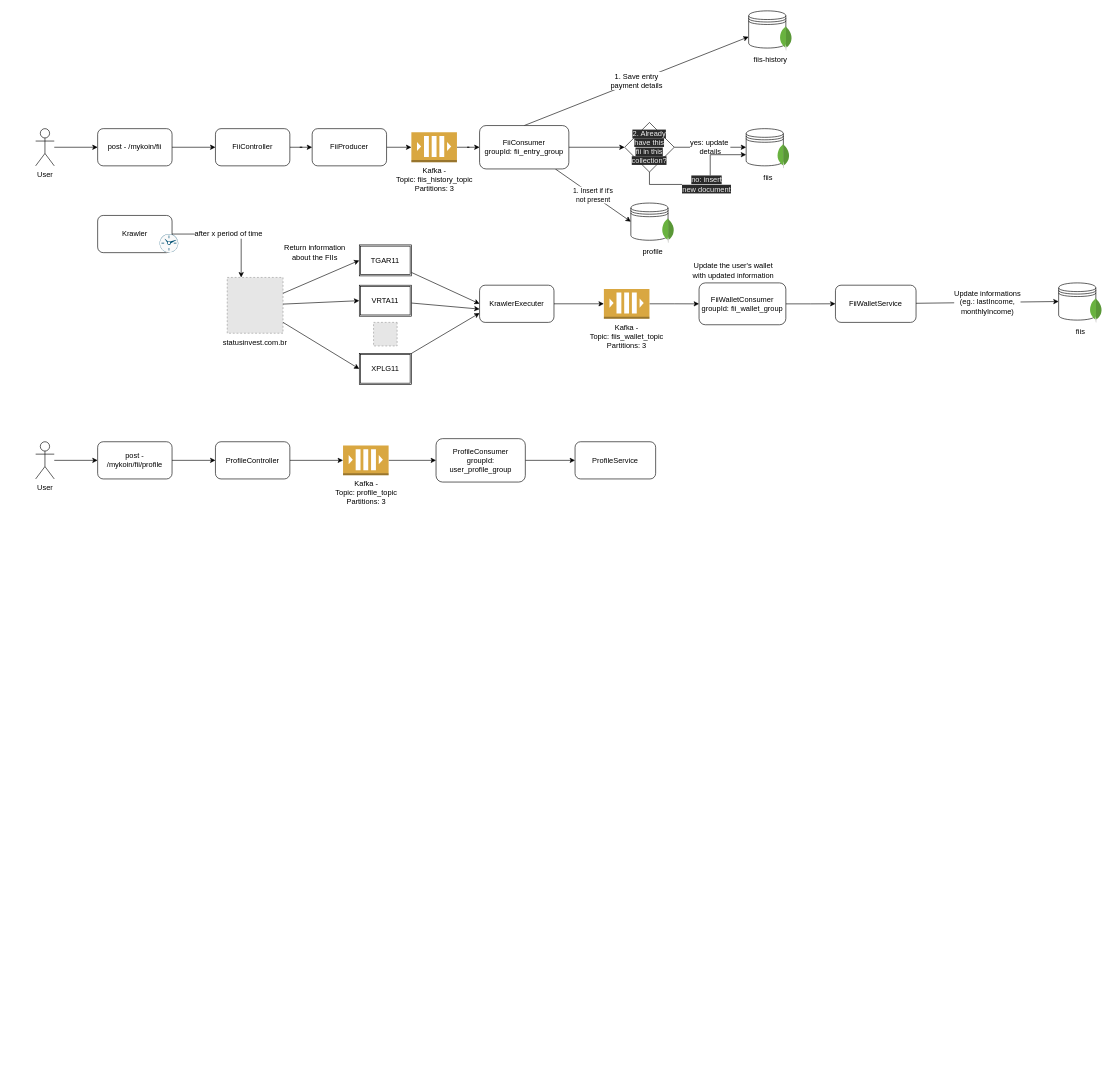
The draw.io diagram page "FII-endpoints" (2 of 3) of my-koin.drawio in Ebrunassi/my-koin, before the edit. Source tidied: cells renumbered, new cells numbered last; positions are measured from the earlier drawing's top-left corner, leaving out a move shared by most shapes. Both pictures are drawn from the tidied source at 62%, with x=0, y=0 at pixel (35, 11). Pictures stored in the file or linked from it are replaced by grey dashed boxes.
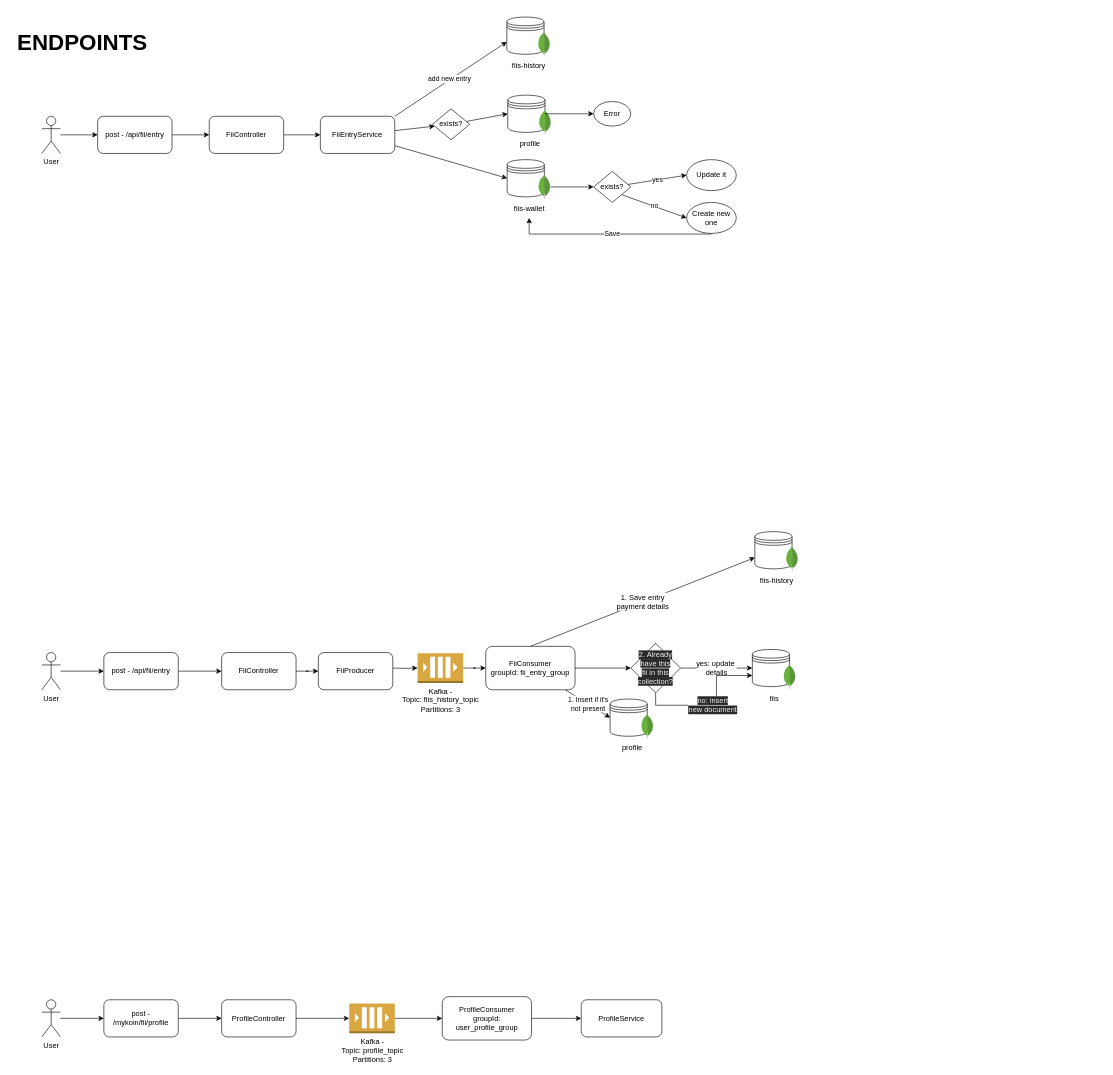
The same page after the edit.

Diff of the diagram source:
```diff
@@
     <mxCell id="3" value="User" style="shape=umlActor;verticalLabelPosition=bottom;verticalAlign=top;html=1;outlineConnect=0;" parent="1" vertex="1">
-      <mxGeometry y="190" width="30" height="60" as="geometry" />
+      <mxGeometry x="10" y="1035" width="30" height="60" as="geometry" />
     </mxCell>
@@
-    <mxCell id="5" value="post - /mykoin/fii" style="rounded=1;whiteSpace=wrap;html=1;" parent="1" vertex="1">
-      <mxGeometry x="100" y="190" width="120" height="60" as="geometry" />
+    <mxCell id="5" value="post - /api/fii/entry" style="rounded=1;whiteSpace=wrap;html=1;" parent="1" vertex="1">
+      <mxGeometry x="110" y="1035" width="120" height="60" as="geometry" />
     </mxCell>
@@
     <mxCell id="7" value="Kafka - &lt;br&gt;Topic: fiis_history_topic&lt;br&gt;Partitions: 3" style="outlineConnect=0;dashed=0;verticalLabelPosition=bottom;verticalAlign=top;align=center;html=1;shape=mxgraph.aws3.queue;fillColor=#D9A741;gradientColor=none;" parent="1" vertex="1">
-      <mxGeometry x="606" y="196" width="73.5" height="48" as="geometry" />
+      <mxGeometry x="616" y="1036" width="73.5" height="48" as="geometry" />
     </mxCell>
@@
     <mxCell id="9" value="FiiController" style="rounded=1;whiteSpace=wrap;html=1;" parent="1" vertex="1">
-      <mxGeometry x="290" y="190" width="120" height="60" as="geometry" />
+      <mxGeometry x="300" y="1035" width="120" height="60" as="geometry" />
     </mxCell>
-    <mxCell id="10" style="edgeStyle=orthogonalEdgeStyle;rounded=0;jettySize=auto;html=1;entryX=0;entryY=0.5;entryDx=0;entryDy=0;entryPerimeter=0;" parent="1" edge="1" source="11" target="7">
-      <mxGeometry relative="1" as="geometry" />
+    <mxCell id="10" style="edgeStyle=orthogonalEdgeStyle;rounded=0;jettySize=auto;html=1;entryX=0;entryY=0.5;entryDx=0;entryDy=0;entryPerimeter=0;" parent="1" edge="1" target="7">
+      <mxGeometry relative="1" as="geometry">
+        <mxPoint x="576" y="1060" as="sourcePoint" />
+      </mxGeometry>
     </mxCell>
     <mxCell id="11" value="FiiProducer" style="rounded=1;whiteSpace=wrap;html=1;" parent="1" vertex="1">
-      <mxGeometry x="446" y="190" width="120" height="60" as="geometry" />
+      <mxGeometry x="456" y="1035" width="120" height="60" as="geometry" />
     </mxCell>
@@
     <mxCell id="15" value="FiiConsumer&lt;br&gt;groupId: fii_entry_group" style="rounded=1;whiteSpace=wrap;html=1;" parent="1" vertex="1">
-      <mxGeometry x="716" y="185" width="144" height="70" as="geometry" />
+      <mxGeometry x="726" y="1025" width="144" height="70" as="geometry" />
     </mxCell>
     <mxCell id="16" style="group;" parent="1" vertex="1">
-      <mxGeometry x="1150" width="75" height="94" as="geometry" />
+      <mxGeometry x="1160" y="840" width="75" height="94" as="geometry" />
     </mxCell>
@@
     <mxCell id="21" style="group;" parent="1" vertex="1">
-      <mxGeometry x="1146" y="190" width="70" height="94" as="geometry" />
+      <mxGeometry x="1156" y="1030" width="70" height="94" as="geometry" />
     </mxCell>
@@
     <mxCell id="28" value="&lt;span style=&quot;color: rgb(240, 240, 240); font-family: Helvetica; font-size: 12px; font-style: normal; font-variant-ligatures: normal; font-variant-caps: normal; font-weight: 400; letter-spacing: normal; orphans: 2; text-align: center; text-indent: 0px; text-transform: none; widows: 2; word-spacing: 0px; -webkit-text-stroke-width: 0px; background-color: rgb(42, 42, 42); text-decoration-thickness: initial; text-decoration-style: initial; text-decoration-color: initial; float: none; display: inline !important;&quot;&gt;2. Already have this&lt;/span&gt;&lt;br style=&quot;color: rgb(240, 240, 240); font-family: Helvetica; font-size: 12px; font-style: normal; font-variant-ligatures: normal; font-variant-caps: normal; font-weight: 400; letter-spacing: normal; orphans: 2; text-align: center; text-indent: 0px; text-transform: none; widows: 2; word-spacing: 0px; -webkit-text-stroke-width: 0px; text-decoration-thickness: initial; text-decoration-style: initial; text-decoration-color: initial;&quot;&gt;&lt;span style=&quot;color: rgb(240, 240, 240); font-family: Helvetica; font-size: 12px; font-style: normal; font-variant-ligatures: normal; font-variant-caps: normal; font-weight: 400; letter-spacing: normal; orphans: 2; text-align: center; text-indent: 0px; text-transform: none; widows: 2; word-spacing: 0px; -webkit-text-stroke-width: 0px; background-color: rgb(42, 42, 42); text-decoration-thickness: initial; text-decoration-style: initial; text-decoration-color: initial; float: none; display: inline !important;&quot;&gt;fii in this collection?&lt;/span&gt;" style="rhombus;whiteSpace=wrap;html=1;fontSize=12;" parent="1" vertex="1">
-      <mxGeometry x="950" y="180" width="80" height="80" as="geometry" />
+      <mxGeometry x="960" y="1020" width="80" height="80" as="geometry" />
     </mxCell>
-    <mxCell id="29" style="group;" parent="1" vertex="1">
-      <mxGeometry x="100" y="330" width="130" height="60" as="geometry" />
-    </mxCell>
-    <mxCell id="30" style="group;" parent="29" vertex="1">
-      <mxGeometry width="130" height="60" as="geometry" />
-    </mxCell>
-    <mxCell id="31" style="rounded=1;whiteSpace=wrap;html=1;fontSize=12;" parent="30" vertex="1">
-      <mxGeometry width="120" height="60" as="geometry" />
-    </mxCell>
-    <mxCell id="32" style="sketch=0;verticalLabelPosition=bottom;html=1;verticalAlign=top;align=center;shape=mxgraph.cisco19.rect;prIcon=clock;fillColor=#FAFAFA;strokeColor=#005073;fontSize=12;" parent="30" vertex="1">
-      <mxGeometry x="100" y="30" width="30" height="30" as="geometry" />
-    </mxCell>
-    <mxCell id="33" value="Krawler" style="text;html=1;strokeColor=none;fillColor=none;align=center;verticalAlign=middle;whiteSpace=wrap;rounded=0;fontSize=12;" parent="30" vertex="1">
-      <mxGeometry x="30" y="15" width="60" height="30" as="geometry" />
-    </mxCell>
-    <mxCell id="34" style="group;" parent="1" vertex="1">
-      <mxGeometry x="309" y="430" width="90" height="120" as="geometry" />
-    </mxCell>
-    <mxCell id="35" style="fillColor=#E6E6E6;strokeColor=#999999;dashed=1;html=1;verticalAlign=top;verticalLabelPosition=bottom;labelBackgroundColor=#ffffff;fontSize=12;" parent="34" vertex="1">
-      <mxGeometry width="90" height="90" as="geometry" />
-    </mxCell>
-    <mxCell id="36" value="statusinvest.com.br" style="text;html=1;strokeColor=none;fillColor=none;align=center;verticalAlign=middle;whiteSpace=wrap;rounded=0;fontSize=12;" parent="34" vertex="1">
-      <mxGeometry x="15" y="90" width="60" height="30" as="geometry" />
-    </mxCell>
-    <mxCell id="37" value="after x period of time" style="edgeStyle=orthogonalEdgeStyle;rounded=0;jettySize=auto;html=1;entryX=0.25;entryY=0;entryDx=0;entryDy=0;fontSize=12;" parent="1" edge="1" source="31" target="35">
-      <mxGeometry relative="1" as="geometry" />
-    </mxCell>
-    <mxCell id="38" style="edgeStyle=none;rounded=0;jettySize=auto;html=1;fontSize=12;entryX=0;entryY=0.642;entryDx=0;entryDy=0;entryPerimeter=0;" parent="1" edge="1" source="39" target="49">
-      <mxGeometry relative="1" as="geometry" />
-    </mxCell>
-    <mxCell id="39" value="VRTA11" style="shape=ext;double=1;rounded=0;whiteSpace=wrap;html=1;fontSize=12;" parent="1" vertex="1">
-      <mxGeometry x="522" y="442.5" width="84" height="50" as="geometry" />
-    </mxCell>
-    <mxCell id="40" style="edgeStyle=none;rounded=0;jettySize=auto;html=1;entryX=0;entryY=0.5;entryDx=0;entryDy=0;fontSize=12;" parent="1" edge="1" source="41" target="49">
-      <mxGeometry relative="1" as="geometry" />
-    </mxCell>
-    <mxCell id="41" value="TGAR11" style="shape=ext;double=1;rounded=0;whiteSpace=wrap;html=1;fontSize=12;" parent="1" vertex="1">
-      <mxGeometry x="522" y="377.5" width="84" height="50" as="geometry" />
-    </mxCell>
-    <mxCell id="42" style="fillColor=#E6E6E6;strokeColor=#999999;dashed=1;html=1;verticalAlign=top;verticalLabelPosition=bottom;labelBackgroundColor=#ffffff;fontSize=12;rotation=90;" parent="1" vertex="1">
-      <mxGeometry x="545" y="502.5" width="38" height="38" as="geometry" />
-    </mxCell>
-    <mxCell id="43" style="edgeStyle=none;rounded=0;jettySize=auto;html=1;entryX=0;entryY=0.75;entryDx=0;entryDy=0;fontSize=12;" parent="1" edge="1" source="44" target="49">
-      <mxGeometry relative="1" as="geometry" />
-    </mxCell>
-    <mxCell id="44" value="XPLG11" style="shape=ext;double=1;rounded=0;whiteSpace=wrap;html=1;fontSize=12;" parent="1" vertex="1">
-      <mxGeometry x="522" y="552.5" width="84" height="50" as="geometry" />
-    </mxCell>
-    <mxCell id="45" value="Return information&lt;br&gt;about the FIIs" style="rounded=0;jettySize=auto;html=1;entryX=0;entryY=0.5;entryDx=0;entryDy=0;fontSize=12;" parent="1" edge="1" source="35" target="41">
-      <mxGeometry x="0.09" y="40" relative="1" as="geometry" />
-    </mxCell>
-    <mxCell id="46" style="edgeStyle=none;rounded=0;jettySize=auto;html=1;entryX=0;entryY=0.5;entryDx=0;entryDy=0;fontSize=12;" parent="1" edge="1" source="35" target="39">
-      <mxGeometry relative="1" as="geometry" />
-    </mxCell>
-    <mxCell id="47" style="edgeStyle=none;rounded=0;jettySize=auto;html=1;entryX=0;entryY=0.5;entryDx=0;entryDy=0;fontSize=12;" parent="1" edge="1" source="35" target="44">
-      <mxGeometry relative="1" as="geometry" />
-    </mxCell>
-    <mxCell id="48" style="edgeStyle=orthogonalEdgeStyle;rounded=0;jettySize=auto;html=1;entryX=0;entryY=0.5;entryDx=0;entryDy=0;entryPerimeter=0;" parent="1" edge="1" source="49" target="58">
-      <mxGeometry relative="1" as="geometry" />
-    </mxCell>
-    <mxCell id="49" value="KrawlerExecuter" style="rounded=1;whiteSpace=wrap;html=1;" parent="1" vertex="1">
-      <mxGeometry x="716" y="442.5" width="120" height="60" as="geometry" />
-    </mxCell>
-    <mxCell id="50" value="Update informations&lt;br&gt;(eg.: lastIncome,&lt;br&gt;monthlyIncome)" style="edgeStyle=none;rounded=0;jettySize=auto;html=1;entryX=0;entryY=0.5;entryDx=0;entryDy=0;fontSize=12;" parent="1" edge="1" source="51" target="54">
-      <mxGeometry relative="1" as="geometry" />
-    </mxCell>
-    <mxCell id="51" value="FiiWalletService" style="rounded=1;whiteSpace=wrap;html=1;" parent="1" vertex="1">
-      <mxGeometry x="1290" y="442.5" width="130" height="60" as="geometry" />
-    </mxCell>
-    <mxCell id="52" style="group;" parent="1" vertex="1">
-      <mxGeometry x="1650" y="438.8" width="70" height="94" as="geometry" />
-    </mxCell>
-    <mxCell id="53" style="group;" parent="52" vertex="1">
-      <mxGeometry width="70" height="64" as="geometry" />
-    </mxCell>
-    <mxCell id="54" style="shape=datastore;whiteSpace=wrap;html=1;" parent="53" vertex="1">
-      <mxGeometry width="60" height="60" as="geometry" />
-    </mxCell>
-    <mxCell id="55" style="dashed=0;html=1;align=center;labelPosition=center;verticalLabelPosition=bottom;verticalAlign=top;shape=mxgraph.weblogos.mongodb;" parent="53" vertex="1">
-      <mxGeometry x="50" y="24" width="20" height="40" as="geometry" />
-    </mxCell>
-    <mxCell id="56" value="fiis" style="text;html=1;align=center;verticalAlign=middle;strokeColor=none;fillColor=none;" parent="52" vertex="1">
-      <mxGeometry x="15" y="64" width="40" height="30" as="geometry" />
-    </mxCell>
-    <mxCell id="57" style="edgeStyle=orthogonalEdgeStyle;rounded=0;jettySize=auto;html=1;" parent="1" edge="1" source="58" target="60">
-      <mxGeometry relative="1" as="geometry" />
-    </mxCell>
-    <mxCell id="58" value="Kafka - &lt;br&gt;Topic: fiis_wallet_topic&lt;br&gt;Partitions: 3" style="outlineConnect=0;dashed=0;verticalLabelPosition=bottom;verticalAlign=top;align=center;html=1;shape=mxgraph.aws3.queue;fillColor=#D9A741;gradientColor=none;" parent="1" vertex="1">
-      <mxGeometry x="916.5" y="448.5" width="73.5" height="48" as="geometry" />
-    </mxCell>
-    <mxCell id="59" style="edgeStyle=orthogonalEdgeStyle;rounded=0;jettySize=auto;html=1;" parent="1" edge="1" source="60" target="51">
-      <mxGeometry relative="1" as="geometry" />
-    </mxCell>
-    <mxCell id="60" value="FiiWalletConsumer&lt;br&gt;groupId: fii_wallet_group" style="rounded=1;whiteSpace=wrap;html=1;" parent="1" vertex="1">
-      <mxGeometry x="1070" y="438.8" width="140" height="67.5" as="geometry" />
-    </mxCell>
-    <mxCell id="61" value="Update the user's wallet&lt;br&gt;with updated information" style="text;html=1;align=center;verticalAlign=middle;strokeColor=none;fillColor=none;" parent="1" vertex="1">
-      <mxGeometry x="1050" y="398.8" width="150" height="40" as="geometry" />
-    </mxCell>
     <mxCell id="62" style="group;" parent="1" vertex="1">
-      <mxGeometry x="960" y="310" width="70" height="94" as="geometry" />
+      <mxGeometry x="926.5" y="1110" width="70" height="94" as="geometry" />
     </mxCell>
@@
     <mxCell id="68" value="User" style="shape=umlActor;verticalLabelPosition=bottom;verticalAlign=top;html=1;outlineConnect=0;" parent="1" vertex="1">
-      <mxGeometry y="695" width="30" height="60" as="geometry" />
+      <mxGeometry x="10" y="1595" width="30" height="60" as="geometry" />
     </mxCell>
@@
     <mxCell id="70" value="post - /mykoin/fii/profile" style="rounded=1;whiteSpace=wrap;html=1;" parent="1" vertex="1">
-      <mxGeometry x="100" y="695" width="120" height="60" as="geometry" />
+      <mxGeometry x="110" y="1595" width="120" height="60" as="geometry" />
     </mxCell>
@@
     <mxCell id="72" value="Kafka - &lt;br&gt;Topic: profile_topic&lt;br&gt;Partitions: 3" style="outlineConnect=0;dashed=0;verticalLabelPosition=bottom;verticalAlign=top;align=center;html=1;shape=mxgraph.aws3.queue;fillColor=#D9A741;gradientColor=none;" parent="1" vertex="1">
-      <mxGeometry x="495.8" y="701" width="73.5" height="48" as="geometry" />
+      <mxGeometry x="505.8" y="1601" width="73.5" height="48" as="geometry" />
     </mxCell>
@@
     <mxCell id="74" value="ProfileController" style="rounded=1;whiteSpace=wrap;html=1;" parent="1" vertex="1">
-      <mxGeometry x="290" y="695" width="120" height="60" as="geometry" />
+      <mxGeometry x="300" y="1595" width="120" height="60" as="geometry" />
     </mxCell>
@@
     <mxCell id="76" value="ProfileConsumer&lt;br&gt;groupId: user_profile_group" style="rounded=1;whiteSpace=wrap;html=1;" parent="1" vertex="1">
-      <mxGeometry x="645.8" y="690" width="144" height="70" as="geometry" />
+      <mxGeometry x="655.8" y="1590" width="144" height="70" as="geometry" />
     </mxCell>
     <mxCell id="77" value="ProfileService" style="rounded=1;whiteSpace=wrap;html=1;" parent="1" vertex="1">
-      <mxGeometry x="870" y="695" width="130" height="60" as="geometry" />
+      <mxGeometry x="880" y="1595" width="130" height="60" as="geometry" />
     </mxCell>
+    <mxCell id="78" style="edgeStyle=orthogonalEdgeStyle;rounded=0;jettySize=auto;html=1;entryX=0;entryY=0.5;entryDx=0;entryDy=0;" parent="1" edge="1" source="79" target="81">
+      <mxGeometry relative="1" as="geometry" />
+    </mxCell>
+    <mxCell id="79" value="User" style="shape=umlActor;verticalLabelPosition=bottom;verticalAlign=top;html=1;outlineConnect=0;" parent="1" vertex="1">
+      <mxGeometry x="10" y="170" width="30" height="60" as="geometry" />
+    </mxCell>
+    <mxCell id="80" style="edgeStyle=orthogonalEdgeStyle;rounded=0;jettySize=auto;html=1;" parent="1" edge="1" source="81" target="83">
+      <mxGeometry relative="1" as="geometry" />
+    </mxCell>
+    <mxCell id="81" value="post - /api/fii/entry" style="rounded=1;whiteSpace=wrap;html=1;" parent="1" vertex="1">
+      <mxGeometry x="100" y="170" width="120" height="60" as="geometry" />
+    </mxCell>
+    <mxCell id="82" style="edgeStyle=orthogonalEdgeStyle;rounded=0;jettySize=auto;html=1;entryX=0;entryY=0.5;entryDx=0;entryDy=0;" parent="1" edge="1" source="83" target="87">
+      <mxGeometry relative="1" as="geometry" />
+    </mxCell>
+    <mxCell id="83" value="FiiController" style="rounded=1;whiteSpace=wrap;html=1;" parent="1" vertex="1">
+      <mxGeometry x="280" y="170" width="120" height="60" as="geometry" />
+    </mxCell>
+    <mxCell id="84" style="rounded=0;jettySize=auto;html=1;" parent="1" edge="1" source="87" target="94">
+      <mxGeometry relative="1" as="geometry" />
+    </mxCell>
+    <mxCell id="85" style="rounded=0;jettySize=auto;html=1;entryX=0;entryY=0.5;entryDx=0;entryDy=0;" parent="1" edge="1" source="87" target="97">
+      <mxGeometry relative="1" as="geometry" />
+    </mxCell>
+    <mxCell id="86" value="add new entry&amp;nbsp;" style="edgeStyle=none;shape=connector;rounded=0;jettySize=auto;html=1;exitX=1;exitY=0;exitDx=0;exitDy=0;labelBackgroundColor=default;strokeColor=default;fontFamily=Helvetica;fontSize=11;fontColor=default;endArrow=classic;" parent="1" edge="1" source="87">
+      <mxGeometry relative="1" as="geometry">
+        <mxPoint x="760" y="50" as="targetPoint" />
+      </mxGeometry>
+    </mxCell>
+    <mxCell id="87" value="FiiEntryService" style="rounded=1;whiteSpace=wrap;html=1;" parent="1" vertex="1">
+      <mxGeometry x="459.2" y="170" width="120" height="60" as="geometry" />
+    </mxCell>
+    <mxCell id="88" style="group;" parent="1" vertex="1">
+      <mxGeometry x="761.5" y="136" width="75" height="94" as="geometry" />
+    </mxCell>
+    <mxCell id="89" style="group;" parent="88" vertex="1">
+      <mxGeometry width="70" height="64" as="geometry" />
+    </mxCell>
+    <mxCell id="90" style="shape=datastore;whiteSpace=wrap;html=1;" parent="89" vertex="1">
+      <mxGeometry width="60" height="60" as="geometry" />
+    </mxCell>
+    <mxCell id="91" style="dashed=0;html=1;align=center;labelPosition=center;verticalLabelPosition=bottom;verticalAlign=top;shape=mxgraph.weblogos.mongodb;" parent="89" vertex="1">
+      <mxGeometry x="50" y="24" width="20" height="40" as="geometry" />
+    </mxCell>
+    <mxCell id="92" value="profile" style="text;html=1;align=center;verticalAlign=middle;strokeColor=none;fillColor=none;" parent="88" vertex="1">
+      <mxGeometry x="5" y="64" width="60" height="30" as="geometry" />
+    </mxCell>
+    <mxCell id="93" style="rounded=0;jettySize=auto;html=1;entryX=0;entryY=0.5;entryDx=0;entryDy=0;" parent="1" edge="1" source="94" target="90">
+      <mxGeometry relative="1" as="geometry" />
+    </mxCell>
+    <mxCell id="94" value="exists?" style="rhombus;whiteSpace=wrap;html=1;" parent="1" vertex="1">
+      <mxGeometry x="640" y="158" width="60" height="50" as="geometry" />
+    </mxCell>
+    <mxCell id="95" style="group;" parent="1" vertex="1">
+      <mxGeometry x="760.5" y="240" width="70" height="94" as="geometry" />
+    </mxCell>
+    <mxCell id="96" style="group;" parent="95" vertex="1">
+      <mxGeometry width="70" height="64" as="geometry" />
+    </mxCell>
+    <mxCell id="97" style="shape=datastore;whiteSpace=wrap;html=1;" parent="96" vertex="1">
+      <mxGeometry width="60" height="60" as="geometry" />
+    </mxCell>
+    <mxCell id="98" style="dashed=0;outlineConnect=0;html=1;align=center;labelPosition=center;verticalLabelPosition=bottom;verticalAlign=top;shape=mxgraph.weblogos.mongodb;" parent="96" vertex="1">
+      <mxGeometry x="50" y="24" width="20" height="40" as="geometry" />
+    </mxCell>
+    <mxCell id="99" value="fiis-wallet" style="text;html=1;align=center;verticalAlign=middle;points=[];strokeColor=none;fillColor=none;" parent="95" vertex="1">
+      <mxGeometry y="64" width="70" height="30" as="geometry" />
+    </mxCell>
+    <mxCell id="100" value="yes" style="rounded=0;jettySize=auto;html=1;entryX=0;entryY=0.5;entryDx=0;entryDy=0;" parent="1" edge="1" source="102" target="106">
+      <mxGeometry relative="1" as="geometry" />
+    </mxCell>
+    <mxCell id="101" value="no" style="edgeStyle=none;shape=connector;rounded=0;jettySize=auto;html=1;exitX=1;exitY=1;exitDx=0;exitDy=0;entryX=0;entryY=0.5;entryDx=0;entryDy=0;labelBackgroundColor=default;strokeColor=default;fontFamily=Helvetica;fontSize=11;fontColor=default;endArrow=classic;" parent="1" edge="1" source="102" target="108">
+      <mxGeometry relative="1" as="geometry" />
+    </mxCell>
+    <mxCell id="102" value="exists?" style="rhombus;whiteSpace=wrap;html=1;" parent="1" vertex="1">
+      <mxGeometry x="900" y="259" width="60" height="50" as="geometry" />
+    </mxCell>
+    <mxCell id="103" style="edgeStyle=orthogonalEdgeStyle;rounded=0;jettySize=auto;html=1;entryX=0;entryY=0.5;entryDx=0;entryDy=0;" parent="1" edge="1" source="98" target="102">
+      <mxGeometry relative="1" as="geometry" />
+    </mxCell>
+    <mxCell id="104" value="Error" style="ellipse;whiteSpace=wrap;html=1;" parent="1" vertex="1">
+      <mxGeometry x="900" y="146" width="60" height="40" as="geometry" />
+    </mxCell>
+    <mxCell id="105" style="rounded=0;jettySize=auto;html=1;entryX=0;entryY=0.5;entryDx=0;entryDy=0;" parent="1" edge="1" source="90" target="104">
+      <mxGeometry relative="1" as="geometry" />
+    </mxCell>
+    <mxCell id="106" value="Update it" style="ellipse;whiteSpace=wrap;html=1;" parent="1" vertex="1">
+      <mxGeometry x="1050" y="240" width="80" height="50" as="geometry" />
+    </mxCell>
+    <mxCell id="107" value="Save" style="edgeStyle=orthogonalEdgeStyle;shape=connector;rounded=0;jettySize=auto;html=1;labelBackgroundColor=default;strokeColor=default;fontFamily=Helvetica;fontSize=11;fontColor=default;endArrow=classic;" parent="1" edge="1" source="108" target="99">
+      <mxGeometry relative="1" as="geometry">
+        <Array as="points">
+          <mxPoint x="1090" y="360" />
+          <mxPoint x="796" y="360" />
+        </Array>
+      </mxGeometry>
+    </mxCell>
+    <mxCell id="108" value="Create new one" style="ellipse;whiteSpace=wrap;html=1;" parent="1" vertex="1">
+      <mxGeometry x="1050" y="309" width="80" height="50" as="geometry" />
+    </mxCell>
+    <mxCell id="109" style="group;" parent="1" vertex="1">
+      <mxGeometry x="760" y="10" width="75" height="94" as="geometry" />
+    </mxCell>
+    <mxCell id="110" style="group;" parent="109" vertex="1">
+      <mxGeometry width="70" height="64" as="geometry" />
+    </mxCell>
+    <mxCell id="111" style="shape=datastore;whiteSpace=wrap;html=1;" parent="110" vertex="1">
+      <mxGeometry width="60" height="60" as="geometry" />
+    </mxCell>
+    <mxCell id="112" style="dashed=0;html=1;align=center;labelPosition=center;verticalLabelPosition=bottom;verticalAlign=top;shape=mxgraph.weblogos.mongodb;" parent="110" vertex="1">
+      <mxGeometry x="50" y="24" width="20" height="40" as="geometry" />
+    </mxCell>
+    <mxCell id="113" value="fiis-history" style="text;html=1;align=center;verticalAlign=middle;strokeColor=none;fillColor=none;" parent="109" vertex="1">
+      <mxGeometry x="-5" y="64" width="80" height="30" as="geometry" />
+    </mxCell>
+    <mxCell id="114" value="&lt;font style=&quot;font-size: 36px;&quot;&gt;&lt;b&gt;ENDPOINTS&lt;/b&gt;&lt;/font&gt;" style="text;html=1;align=center;verticalAlign=middle;strokeColor=none;fillColor=none;fontSize=11;fontFamily=Helvetica;fontColor=default;" parent="1" vertex="1">
+      <mxGeometry x="-40" y="20" width="230" height="60" as="geometry" />
+    </mxCell>
```
